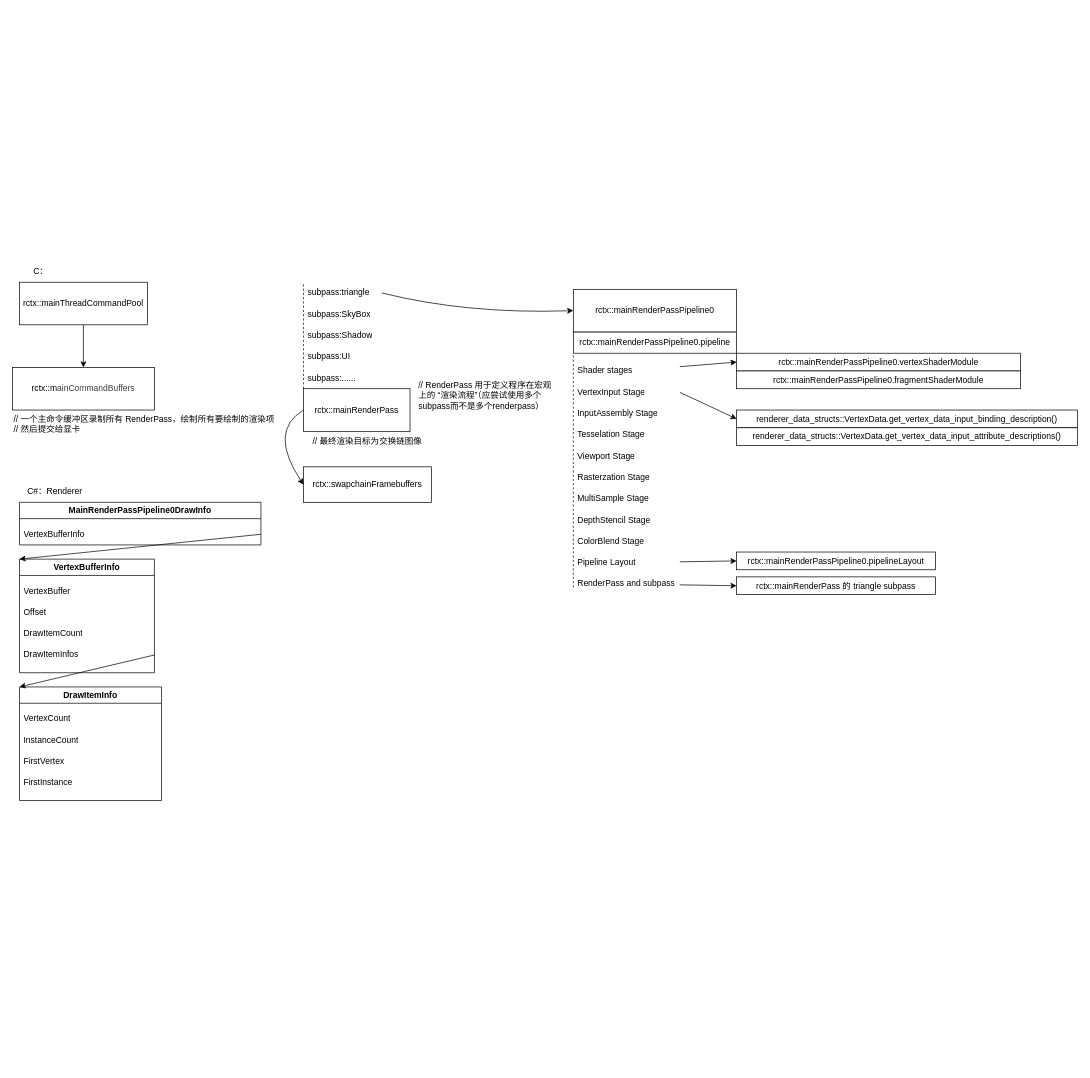
This is notes/Render_item.drawio from NeuromancerLeo/VulkanTutorialCs_C, a draw.io file, before an edit. Source tidied: cells renumbered, new cells numbered last; positions are measured from the earlier drawing's top-left corner, leaving out a move shared by most shapes. Both pictures are drawn from the tidied source at 71%, with x=0, y=0 at pixel (12, 261).
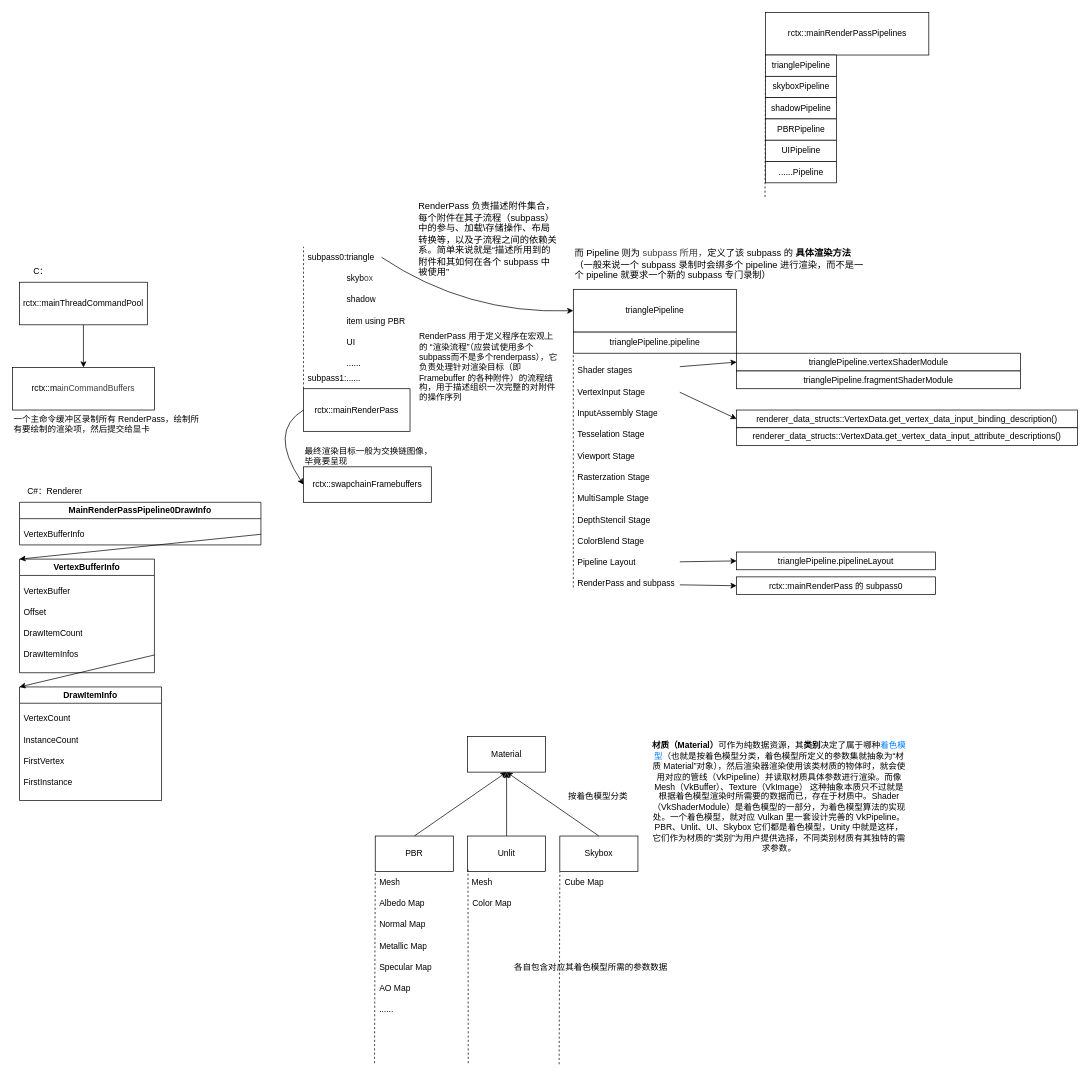
The same diagram, later.

Commit message (it also covers changes not shown here):
引入 VMA 库     引入了 Vulkan Memory Allocator 库，负责简化资源的内存分配相关事务，见新增的 vk_mem_alloc.h 和 vk_mem_alloc.cpp 文件；

The change refers to these unchanged cells:
```xml
<mxCell id="5" value="rctx::mainRenderPass" style="rounded=0;whiteSpace=wrap;html=1;" parent="1" vertex="1">
  <mxGeometry x="410" y="180" width="150" height="60" as="geometry" />
</mxCell>
```

What changed in the source:
```diff
@@
-    <mxCell id="6" value="// 最终渲染目标为交换链图像" style="text;html=1;align=center;verticalAlign=middle;whiteSpace=wrap;rounded=0;" parent="1" vertex="1">
-      <mxGeometry x="410" y="240" width="180" height="30" as="geometry" />
+    <mxCell id="6" value="&lt;font face=&quot;Xiaolai Regular&quot;&gt;最终渲染目标一般为交换链图像，毕竟要呈现&lt;/font&gt;" style="text;html=1;align=left;verticalAlign=middle;whiteSpace=wrap;rounded=0;" parent="1" vertex="1">
+      <mxGeometry x="410" y="260" width="190" height="30" as="geometry" />
     </mxCell>
-    <mxCell id="7" value="&lt;font style=&quot;color: rgb(0, 0, 0);&quot;&gt;// 一个主命令缓冲区录制所有 RenderPass，绘制所有要绘制的渲染项&lt;/font&gt;&lt;div&gt;&lt;font style=&quot;color: rgb(0, 0, 0);&quot;&gt;// 然后提交给显卡&lt;/font&gt;&lt;/div&gt;" style="text;html=1;align=left;verticalAlign=middle;whiteSpace=wrap;rounded=0;" parent="1" vertex="1">
-      <mxGeometry y="210" width="380" height="40" as="geometry" />
+    <mxCell id="7" value="&lt;font face=&quot;Xiaolai Regular&quot;&gt;&lt;font&gt;一个主命令缓冲区录制所有 RenderPass，绘制所有要绘制的渲染项，&lt;/font&gt;&lt;span style=&quot;background-color: transparent;&quot;&gt;然后提交给显卡&lt;/span&gt;&lt;/font&gt;" style="text;html=1;align=left;verticalAlign=middle;whiteSpace=wrap;rounded=0;" parent="1" vertex="1">
+      <mxGeometry y="210" width="270" height="40" as="geometry" />
     </mxCell>
     <mxCell id="8" style="endArrow=none;dashed=1;html=1;exitX=0;exitY=0;exitDx=0;exitDy=0;" parent="1" edge="1" source="5">
       <mxGeometry relative="1" as="geometry">
-        <mxPoint x="410" y="30" as="targetPoint" />
+        <mxPoint x="410" y="-20" as="targetPoint" />
       </mxGeometry>
     </mxCell>
-    <mxCell id="9" value="subpass:UI" style="text;strokeColor=none;fillColor=none;align=left;verticalAlign=middle;spacingLeft=4;spacingRight=4;overflow=hidden;whiteSpace=wrap;html=1;" parent="1" vertex="1">
-      <mxGeometry x="410" y="120" width="110" height="30" as="geometry" />
+    <mxCell id="9" value="&lt;span style=&quot;color: rgb(0, 0, 0);&quot;&gt;item using&amp;nbsp;&lt;/span&gt;PBR" style="text;strokeColor=none;fillColor=none;align=left;verticalAlign=middle;spacingLeft=4;spacingRight=4;overflow=hidden;whiteSpace=wrap;html=1;" parent="1" vertex="1">
+      <mxGeometry x="465" y="70" width="110" height="30" as="geometry" />
     </mxCell>
-    <mxCell id="10" value="subpass:Shadow" style="text;strokeColor=none;fillColor=none;align=left;verticalAlign=middle;spacingLeft=4;spacingRight=4;overflow=hidden;whiteSpace=wrap;html=1;" parent="1" vertex="1">
-      <mxGeometry x="410" y="90" width="110" height="30" as="geometry" />
+    <mxCell id="10" value="shadow" style="text;strokeColor=none;fillColor=none;align=left;verticalAlign=middle;spacingLeft=4;spacingRight=4;overflow=hidden;whiteSpace=wrap;html=1;" parent="1" vertex="1">
+      <mxGeometry x="465" y="40" width="110" height="30" as="geometry" />
     </mxCell>
-    <mxCell id="11" value="subpass:SkyBox" style="text;strokeColor=none;fillColor=none;align=left;verticalAlign=middle;spacingLeft=4;spacingRight=4;overflow=hidden;whiteSpace=wrap;html=1;" parent="1" vertex="1">
-      <mxGeometry x="410" y="60" width="110" height="30" as="geometry" />
+    <mxCell id="11" value="skyb&lt;span style=&quot;color: rgb(63, 63, 63); background-color: transparent;&quot;&gt;ox&lt;/span&gt;" style="text;strokeColor=none;fillColor=none;align=left;verticalAlign=middle;spacingLeft=4;spacingRight=4;overflow=hidden;whiteSpace=wrap;html=1;" parent="1" vertex="1">
+      <mxGeometry x="465" y="10" width="110" height="30" as="geometry" />
     </mxCell>
-    <mxCell id="12" value="subpass:......" style="text;strokeColor=none;fillColor=none;align=left;verticalAlign=middle;spacingLeft=4;spacingRight=4;overflow=hidden;whiteSpace=wrap;html=1;" parent="1" vertex="1">
+    <mxCell id="12" value="subpass1:......" style="text;strokeColor=none;fillColor=none;align=left;verticalAlign=middle;spacingLeft=4;spacingRight=4;overflow=hidden;whiteSpace=wrap;html=1;" parent="1" vertex="1">
       <mxGeometry x="410" y="150" width="110" height="30" as="geometry" />
     </mxCell>
-    <mxCell id="13" value="// RenderPass 用于定义程序在宏观上的 “&lt;span style=&quot;color: rgb(0, 0, 0);&quot;&gt;渲染流程&lt;/span&gt;”（应尝试使用多个subpass而不是多个renderpass）" style="text;html=1;align=left;verticalAlign=middle;whiteSpace=wrap;rounded=0;" parent="1" vertex="1">
-      <mxGeometry x="570" y="160" width="200" height="60" as="geometry" />
+    <mxCell id="13" value="&lt;font face=&quot;Xiaolai Regular&quot;&gt;RenderPass 用于定义程序在宏观上的 “&lt;span style=&quot;color: rgb(0, 0, 0);&quot;&gt;渲染流程&lt;/span&gt;”（应尝试使用多个subpass而不是多个renderpass），它负责处理针对渲染目标（即 Framebuffer 的各种附件）的流程结构，用于描述组织一次完整的对附件的操作序列&lt;/font&gt;" style="text;html=1;align=left;verticalAlign=middle;whiteSpace=wrap;rounded=0;" parent="1" vertex="1">
+      <mxGeometry x="571" y="100" width="200" height="100" as="geometry" />
     </mxCell>
@@
-    <mxCell id="16" value="rctx::mainRenderPassPipeline0.pipeline" style="rounded=0;whiteSpace=wrap;html=1;" parent="1" vertex="1">
+    <mxCell id="16" value="&lt;span style=&quot;color: rgb(0, 0, 0);&quot;&gt;trianglePipeline&lt;/span&gt;.pipeline" style="rounded=0;whiteSpace=wrap;html=1;" parent="1" vertex="1">
       <mxGeometry x="790" y="100" width="230" height="30" as="geometry" />
     </mxCell>
@@
-    <mxCell id="33" value="&lt;span style=&quot;color: rgb(0, 0, 0);&quot;&gt;rctx::mainRenderPassPipeline0.&lt;/span&gt;vertexShaderModule" style="rounded=0;whiteSpace=wrap;html=1;" parent="1" vertex="1">
+    <mxCell id="33" value="&lt;span style=&quot;color: rgb(0, 0, 0);&quot;&gt;&lt;span style=&quot;color: rgb(0, 0, 0);&quot;&gt;trianglePipeline&lt;/span&gt;.&lt;/span&gt;vertexShaderModule" style="rounded=0;whiteSpace=wrap;html=1;" parent="1" vertex="1">
       <mxGeometry x="1020" y="130" width="400" height="25" as="geometry" />
     </mxCell>
-    <mxCell id="34" value="&lt;span style=&quot;color: rgb(0, 0, 0);&quot;&gt;rctx::mainRenderPassPipeline0&lt;/span&gt;.fragmentShaderModule" style="rounded=0;whiteSpace=wrap;html=1;" parent="1" vertex="1">
+    <mxCell id="34" value="&lt;span style=&quot;color: rgb(0, 0, 0);&quot;&gt;trianglePipeline&lt;/span&gt;.fragmentShaderModule" style="rounded=0;whiteSpace=wrap;html=1;" parent="1" vertex="1">
       <mxGeometry x="1020" y="155" width="400" height="25" as="geometry" />
     </mxCell>
-    <mxCell id="35" value="&lt;span style=&quot;color: rgb(0, 0, 0);&quot;&gt;rctx::mainRenderPassPipeline0&lt;/span&gt;.pipelineLayout" style="rounded=0;whiteSpace=wrap;html=1;" parent="1" vertex="1">
+    <mxCell id="35" value="&lt;span style=&quot;color: rgb(0, 0, 0);&quot;&gt;trianglePipeline&lt;/span&gt;.pipelineLayout" style="rounded=0;whiteSpace=wrap;html=1;" parent="1" vertex="1">
       <mxGeometry x="1020" y="410" width="280" height="25" as="geometry" />
     </mxCell>
-    <mxCell id="36" value="subpass:triangle" style="text;strokeColor=none;fillColor=none;align=left;verticalAlign=middle;spacingLeft=4;spacingRight=4;overflow=hidden;points=[[0,0.5],[1,0.5]];portConstraint=eastwest;whiteSpace=wrap;html=1;" parent="1" vertex="1">
-      <mxGeometry x="410" y="30" width="110" height="30" as="geometry" />
+    <mxCell id="36" value="subpass0:triangle" style="text;strokeColor=none;fillColor=none;align=left;verticalAlign=middle;spacingLeft=4;spacingRight=4;overflow=hidden;points=[[0,0.5],[1,0.5]];portConstraint=eastwest;whiteSpace=wrap;html=1;" parent="1" vertex="1">
+      <mxGeometry x="410" y="-20" width="110" height="30" as="geometry" />
     </mxCell>
@@
-    <mxCell id="40" value="rctx::mainRenderPassPipeline0" style="rounded=0;whiteSpace=wrap;html=1;" parent="1" vertex="1">
+    <mxCell id="40" value="&lt;span style=&quot;color: rgb(0, 0, 0);&quot;&gt;trianglePipeline&lt;/span&gt;" style="rounded=0;whiteSpace=wrap;html=1;" parent="1" vertex="1">
       <mxGeometry x="790" y="40" width="230" height="60" as="geometry" />
     </mxCell>
@@
-    <mxCell id="57" value="rctx::mainRenderPass 的 triangle subpass" style="rounded=0;whiteSpace=wrap;html=1;" parent="1" vertex="1">
+    <mxCell id="57" value="rctx::mainRenderPass 的 subpass0" style="rounded=0;whiteSpace=wrap;html=1;" parent="1" vertex="1">
       <mxGeometry x="1020" y="445" width="280" height="25" as="geometry" />
     </mxCell>
+    <mxCell id="58" value="Material" style="html=1;whiteSpace=wrap;" parent="1" vertex="1">
+      <mxGeometry x="641" y="670" width="110" height="50" as="geometry" />
+    </mxCell>
+    <mxCell id="59" style="endArrow=classic;html=1;entryX=0.5;entryY=1;entryDx=0;entryDy=0;exitX=0.5;exitY=0;exitDx=0;exitDy=0;" parent="1" edge="1" source="60" target="58">
+      <mxGeometry relative="1" as="geometry" />
+    </mxCell>
+    <mxCell id="60" value="PBR" style="html=1;whiteSpace=wrap;" parent="1" vertex="1">
+      <mxGeometry x="511" y="810" width="110" height="50" as="geometry" />
+    </mxCell>
+    <mxCell id="61" value="Unlit" style="html=1;whiteSpace=wrap;" parent="1" vertex="1">
+      <mxGeometry x="641" y="810" width="110" height="50" as="geometry" />
+    </mxCell>
+    <mxCell id="62" style="endArrow=classic;html=1;entryX=0.5;entryY=1;entryDx=0;entryDy=0;exitX=0.5;exitY=0;exitDx=0;exitDy=0;" parent="1" edge="1" source="61" target="58">
+      <mxGeometry relative="1" as="geometry" />
+    </mxCell>
+    <mxCell id="63" value="&lt;font face=&quot;Xiaolai Regular&quot;&gt;按着色模型分类&lt;/font&gt;" style="text;html=1;align=center;verticalAlign=middle;whiteSpace=wrap;rounded=0;" parent="1" vertex="1">
+      <mxGeometry x="770" y="740" width="110" height="30" as="geometry" />
+    </mxCell>
+    <mxCell id="64" value="&lt;font face=&quot;Xiaolai Regular&quot;&gt;各自包含对应其着色模型所需的参数数据&lt;/font&gt;" style="text;html=1;align=center;verticalAlign=middle;whiteSpace=wrap;rounded=0;" parent="1" vertex="1">
+      <mxGeometry x="700" y="980" width="230" height="30" as="geometry" />
+    </mxCell>
+    <mxCell id="65" value="Skybox" style="html=1;whiteSpace=wrap;" parent="1" vertex="1">
+      <mxGeometry x="771" y="810" width="110" height="50" as="geometry" />
+    </mxCell>
+    <mxCell id="66" style="endArrow=classic;html=1;entryX=0.5;entryY=1;entryDx=0;entryDy=0;exitX=0.5;exitY=0;exitDx=0;exitDy=0;" parent="1" edge="1" source="65" target="58">
+      <mxGeometry relative="1" as="geometry" />
+    </mxCell>
+    <mxCell id="67" style="endArrow=none;dashed=1;html=1;entryX=0;entryY=1;entryDx=0;entryDy=0;" parent="1" edge="1" target="60">
+      <mxGeometry relative="1" as="geometry">
+        <mxPoint x="510" y="1130" as="sourcePoint" />
+      </mxGeometry>
+    </mxCell>
+    <mxCell id="68" value="Mesh" style="text;strokeColor=none;fillColor=none;align=left;verticalAlign=middle;spacingLeft=4;spacingRight=4;overflow=hidden;whiteSpace=wrap;html=1;" parent="1" vertex="1">
+      <mxGeometry x="511" y="860" width="109" height="30" as="geometry" />
+    </mxCell>
+    <mxCell id="69" value="Albedo Map" style="text;strokeColor=none;fillColor=none;align=left;verticalAlign=middle;spacingLeft=4;spacingRight=4;overflow=hidden;whiteSpace=wrap;html=1;" parent="1" vertex="1">
+      <mxGeometry x="511" y="890" width="109" height="30" as="geometry" />
+    </mxCell>
+    <mxCell id="70" value="Normal&amp;nbsp;&lt;span style=&quot;color: rgb(0, 0, 0);&quot;&gt;Map&lt;/span&gt;" style="text;strokeColor=none;fillColor=none;align=left;verticalAlign=middle;spacingLeft=4;spacingRight=4;overflow=hidden;whiteSpace=wrap;html=1;" parent="1" vertex="1">
+      <mxGeometry x="511" y="920" width="109" height="30" as="geometry" />
+    </mxCell>
+    <mxCell id="71" value="Metallic&amp;nbsp;&lt;span style=&quot;color: rgb(0, 0, 0);&quot;&gt;Map&lt;/span&gt;" style="text;strokeColor=none;fillColor=none;align=left;verticalAlign=middle;spacingLeft=4;spacingRight=4;overflow=hidden;whiteSpace=wrap;html=1;" parent="1" vertex="1">
+      <mxGeometry x="511" y="950" width="109" height="30" as="geometry" />
+    </mxCell>
+    <mxCell id="72" value="Specular&amp;nbsp;&lt;span style=&quot;color: rgb(0, 0, 0);&quot;&gt;Map&lt;/span&gt;" style="text;strokeColor=none;fillColor=none;align=left;verticalAlign=middle;spacingLeft=4;spacingRight=4;overflow=hidden;whiteSpace=wrap;html=1;" parent="1" vertex="1">
+      <mxGeometry x="511" y="980" width="109" height="30" as="geometry" />
+    </mxCell>
+    <mxCell id="73" value="AO&amp;nbsp;&lt;span style=&quot;color: rgb(0, 0, 0);&quot;&gt;Map&lt;/span&gt;" style="text;strokeColor=none;fillColor=none;align=left;verticalAlign=middle;spacingLeft=4;spacingRight=4;overflow=hidden;whiteSpace=wrap;html=1;" parent="1" vertex="1">
+      <mxGeometry x="511" y="1010" width="109" height="30" as="geometry" />
+    </mxCell>
+    <mxCell id="74" value="......" style="text;strokeColor=none;fillColor=none;align=left;verticalAlign=middle;spacingLeft=4;spacingRight=4;overflow=hidden;whiteSpace=wrap;html=1;" parent="1" vertex="1">
+      <mxGeometry x="511" y="1040" width="109" height="30" as="geometry" />
+    </mxCell>
+    <mxCell id="75" value="Mesh" style="text;strokeColor=none;fillColor=none;align=left;verticalAlign=middle;spacingLeft=4;spacingRight=4;overflow=hidden;points=[[0,0.5],[1,0.5]];portConstraint=eastwest;whiteSpace=wrap;html=1;" parent="1" vertex="1">
+      <mxGeometry x="641" y="860" width="109" height="30" as="geometry" />
+    </mxCell>
+    <mxCell id="76" style="endArrow=none;dashed=1;html=1;entryX=0.006;entryY=-0.096;entryDx=0;entryDy=0;entryPerimeter=0;" parent="1" edge="1" target="75">
+      <mxGeometry relative="1" as="geometry">
+        <mxPoint x="642" y="1130" as="sourcePoint" />
+      </mxGeometry>
+    </mxCell>
+    <mxCell id="77" style="endArrow=none;dashed=1;html=1;entryX=0;entryY=1;entryDx=0;entryDy=0;" parent="1" edge="1" target="65">
+      <mxGeometry relative="1" as="geometry">
+        <mxPoint x="770" y="1131.5" as="sourcePoint" />
+      </mxGeometry>
+    </mxCell>
+    <mxCell id="78" value="Cube Map" style="text;strokeColor=none;fillColor=none;align=left;verticalAlign=middle;spacingLeft=4;spacingRight=4;overflow=hidden;whiteSpace=wrap;html=1;" parent="1" vertex="1">
+      <mxGeometry x="772" y="860" width="109" height="30" as="geometry" />
+    </mxCell>
+    <mxCell id="79" value="Color Map" style="text;strokeColor=none;fillColor=none;align=left;verticalAlign=middle;spacingLeft=4;spacingRight=4;overflow=hidden;whiteSpace=wrap;html=1;" parent="1" vertex="1">
+      <mxGeometry x="642" y="890" width="109" height="30" as="geometry" />
+    </mxCell>
+    <mxCell id="80" value="&lt;font face=&quot;Xiaolai Regular&quot;&gt;&lt;b&gt;材质（Material）&lt;/b&gt;可作为纯数据资源，其&lt;b&gt;类别&lt;/b&gt;决定了属于哪种&lt;font style=&quot;color: rgb(0, 127, 255);&quot;&gt;着色模型&lt;/font&gt;（也就是按着色模型分类，着色模型所定义的参数集就抽象为“材质 Material”对象），然后渲染器渲染使用该类材质的物体时，就会使用对应的管线（VkPipeline）并读取材质具体参数进行渲染。而像 Mesh（VkBuffer）、Texture（VkImage） 这种抽象本质只不过就是根据着色模型渲染时所需要的数据而已，存在于材质中。Shader（VkShaderModule）是着色模型的一部分，为着色模型算法的实现处。一个着色模型，就对应 Vulkan 里一套设计完善的 VkPipeline。PBR、Unlit、UI、Skybox 它们都是着色模型，Unity 中就是这样，它们作为材质的“类别”为用户提供选择，不同类别材质有其独特的需求参数。&lt;/font&gt;" style="text;html=1;align=center;verticalAlign=middle;whiteSpace=wrap;rounded=0;" parent="1" vertex="1">
+      <mxGeometry x="900" y="740" width="360" height="30" as="geometry" />
+    </mxCell>
+    <mxCell id="81" value="&lt;font style=&quot;font-size: 13px;&quot; face=&quot;Xiaolai Regular&quot;&gt;RenderPass 负责描述附件集合，每个附件在其子流程（subpass）中的参与、加载\存储操作、布局转换等，以及子流程之间的依赖关系。简单来说就是“描述所用到的附件和其如何在各个 subpass 中被使用”&lt;/font&gt;" style="text;html=1;align=left;verticalAlign=middle;whiteSpace=wrap;rounded=0;" parent="1" vertex="1">
+      <mxGeometry x="570" y="-80" width="200" height="100" as="geometry" />
+    </mxCell>
+    <mxCell id="82" value="&lt;font face=&quot;Xiaolai Regular&quot;&gt;&lt;span style=&quot;font-size: 13px;&quot;&gt;而 Pipeline 则为&amp;nbsp;&lt;/span&gt;&lt;/font&gt;&lt;span style=&quot;color: rgb(63, 63, 63); font-family: &amp;quot;Xiaolai Regular&amp;quot;; font-size: 13px;&quot;&gt;subpass 所用，&lt;/span&gt;&lt;font face=&quot;Xiaolai Regular&quot;&gt;&lt;span style=&quot;font-size: 13px;&quot;&gt;定义了该 subpass 的&amp;nbsp;&lt;b&gt;具体渲染方法&lt;/b&gt;&lt;/span&gt;&lt;/font&gt;&lt;div&gt;&lt;font face=&quot;Xiaolai Regular&quot;&gt;&lt;span style=&quot;font-size: 13px;&quot;&gt;（一般来说一个 subpass 录制时会绑多个 pipeline 进行渲染，而不是一个 pipeline 就要求一个新的 subpass 专门录制）&lt;/span&gt;&lt;/font&gt;&lt;/div&gt;" style="text;html=1;align=left;verticalAlign=middle;whiteSpace=wrap;rounded=0;" parent="1" vertex="1">
+      <mxGeometry x="790" y="-30" width="410" height="70" as="geometry" />
+    </mxCell>
+    <mxCell id="83" value="UI" style="text;strokeColor=none;fillColor=none;align=left;verticalAlign=middle;spacingLeft=4;spacingRight=4;overflow=hidden;whiteSpace=wrap;html=1;" parent="1" vertex="1">
+      <mxGeometry x="465" y="100" width="110" height="30" as="geometry" />
+    </mxCell>
+    <mxCell id="84" value="......" style="text;strokeColor=none;fillColor=none;align=left;verticalAlign=middle;spacingLeft=4;spacingRight=4;overflow=hidden;whiteSpace=wrap;html=1;" parent="1" vertex="1">
+      <mxGeometry x="465" y="130" width="110" height="30" as="geometry" />
+    </mxCell>
+    <mxCell id="85" value="rctx::mainRenderPassPipelines" style="rounded=0;whiteSpace=wrap;html=1;" parent="1" vertex="1">
+      <mxGeometry x="1060.7" y="-350" width="230" height="60" as="geometry" />
+    </mxCell>
+    <mxCell id="86" style="endArrow=none;dashed=1;html=1;entryX=0;entryY=1;entryDx=0;entryDy=0;" parent="1" edge="1" target="85">
+      <mxGeometry relative="1" as="geometry">
+        <mxPoint x="1060" y="-90" as="sourcePoint" />
+      </mxGeometry>
+    </mxCell>
+    <mxCell id="87" value="trianglePipeline" style="rounded=0;whiteSpace=wrap;html=1;" parent="1" vertex="1">
+      <mxGeometry x="1060.7" y="-290" width="100" height="30" as="geometry" />
+    </mxCell>
+    <mxCell id="88" value="skyboxPipeline" style="rounded=0;whiteSpace=wrap;html=1;" parent="1" vertex="1">
+      <mxGeometry x="1060.7" y="-260" width="100" height="30" as="geometry" />
+    </mxCell>
+    <mxCell id="89" value="shadowPipeline" style="rounded=0;whiteSpace=wrap;html=1;" parent="1" vertex="1">
+      <mxGeometry x="1060.7" y="-230" width="100" height="30" as="geometry" />
+    </mxCell>
+    <mxCell id="90" value="PBRPipeline" style="rounded=0;whiteSpace=wrap;html=1;" parent="1" vertex="1">
+      <mxGeometry x="1060.7" y="-200" width="100" height="30" as="geometry" />
+    </mxCell>
+    <mxCell id="91" value="UIPipeline" style="rounded=0;whiteSpace=wrap;html=1;" parent="1" vertex="1">
+      <mxGeometry x="1060.7" y="-170" width="100" height="30" as="geometry" />
+    </mxCell>
+    <mxCell id="92" value="......Pipeline" style="rounded=0;whiteSpace=wrap;html=1;" parent="1" vertex="1">
+      <mxGeometry x="1060.7" y="-140" width="100" height="30" as="geometry" />
+    </mxCell>
```
